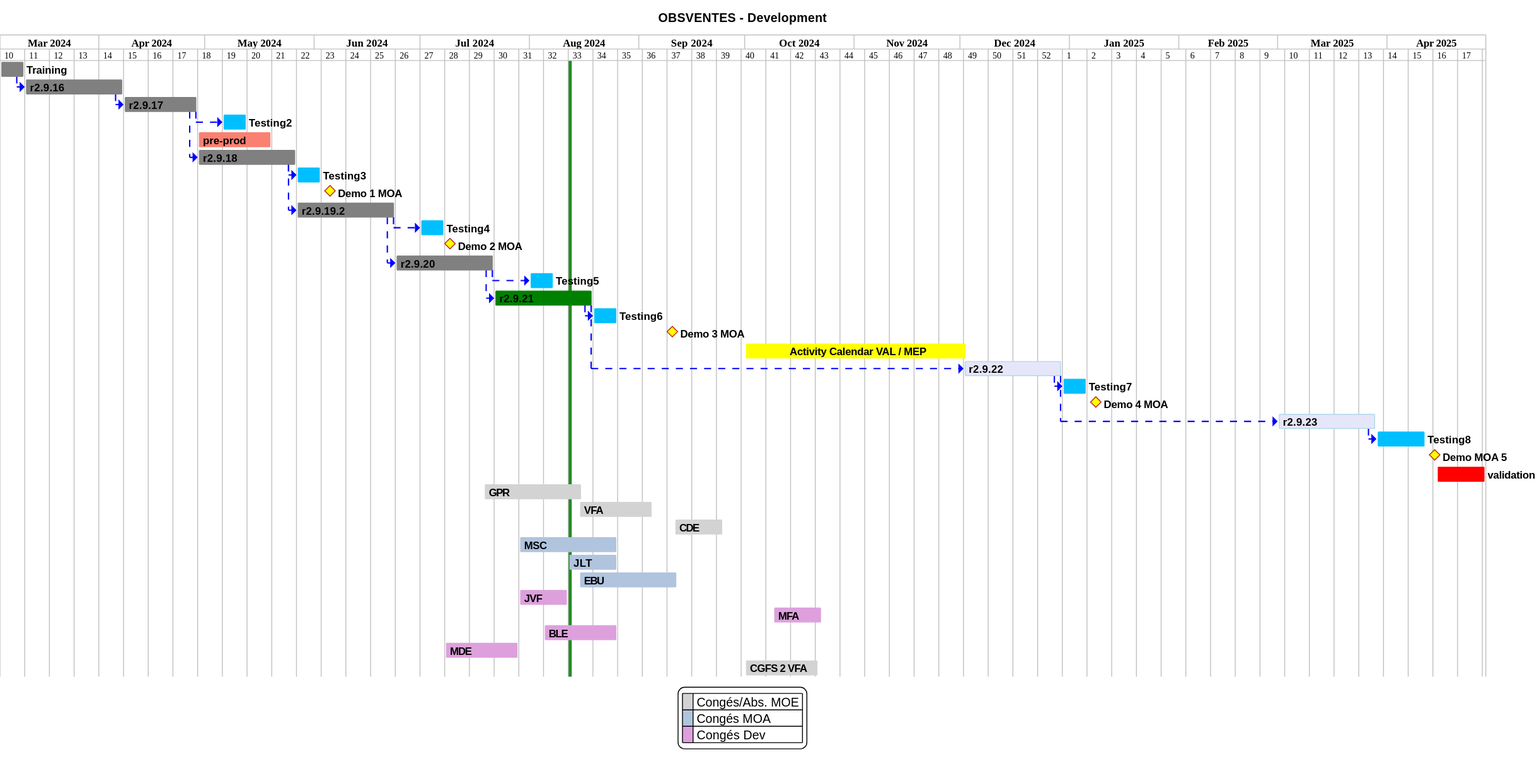
Before: projects/obsvente/not/images/refonte-obsventes-planning-sprints.svg, a diagram exported from PlantUML (sumaris-net/sumaris-doc).
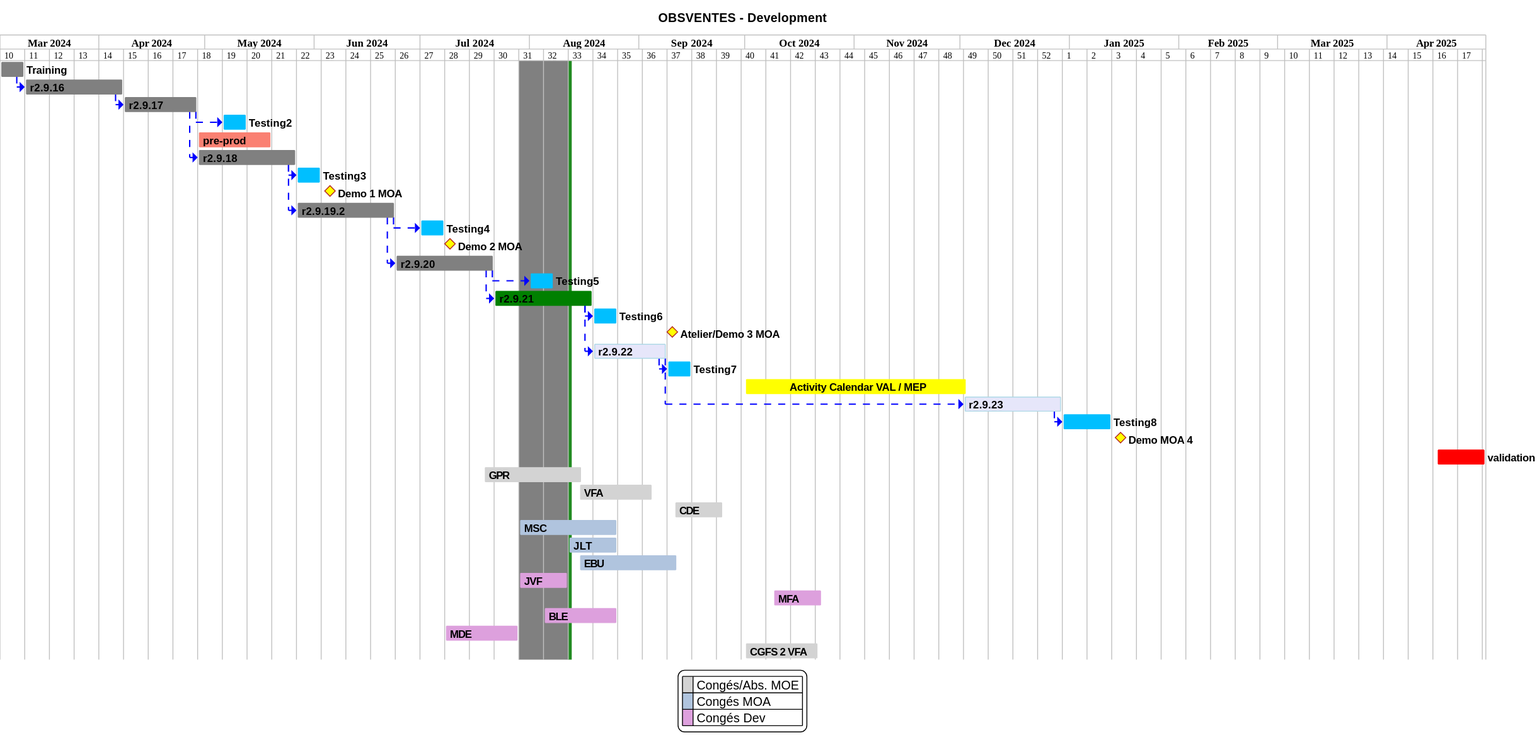
After the commit.

Commit message:
[enh] ObsVentes, update planning

Diff of the diagram source:
```diff
@@ -99,25 +99,27 @@
 [Testing6] requires 1 week
 [TASK6]->[Testing6]
 
-[Demo 3 MOA] happens the 10th of September 2024
+[Atelier/Demo 3 MOA] happens the 10th of September 2024
+
+[r2.9.22] as [TASK7] requires 3 weeks and starts the 19th of August 2024
+[TASK7] is colored in Lavender/LightBlue
+[TASK6]->[TASK7]
+[Testing7] requires 1 week
+[TASK7]->[Testing7]
+
+
 
 
 [               Activity Calendar VAL / MEP] as [ActivityCalendarMEP] starts 1th October 2024 and requires 9 weeks
 [ActivityCalendarMEP] is colored in yellow
 
-[r2.9.22] as [TASK7] requires 4 weeks and starts the 2th of December 2024
-[TASK7] is colored in Lavender/LightBlue
-[TASK6]->[TASK7]
-[Testing7] requires 1 week
-[TASK7]->[Testing7]
-[Demo 4 MOA] happens 3 day after [Testing7]'s end
 
-[r2.9.23] as [TASK8] requires 4 weeks and starts the 1th of March 2025
+[r2.9.23] as [TASK8] requires 4 weeks and starts the 2th of December 2024
 [TASK8] is colored in Lavender/LightBlue
 [TASK7]->[TASK8]
 [Testing8] requires 2 week
 [TASK8]->[Testing8]
-[Demo MOA 5] happens 3 day after [Testing8]'s end
+[Demo MOA 4] happens 3 day after [Testing8]'s end
 
 [validation] as [VAL] requires 2 week and starts the 15th of April 2025
 [VAL] is colored in red
@@ -141,6 +143,7 @@
 
 [JVF] as [CONG_JVF] requires 2 week and starts the 29th of July 2024
 [JVF] is colored in plum
+2024-07-29 to 2024-08-11 is colored in grey
 
 [MFA] as [CONG_MFA] requires 2 week and starts the 09th of October 2024
 [MFA] is colored in plum
```
